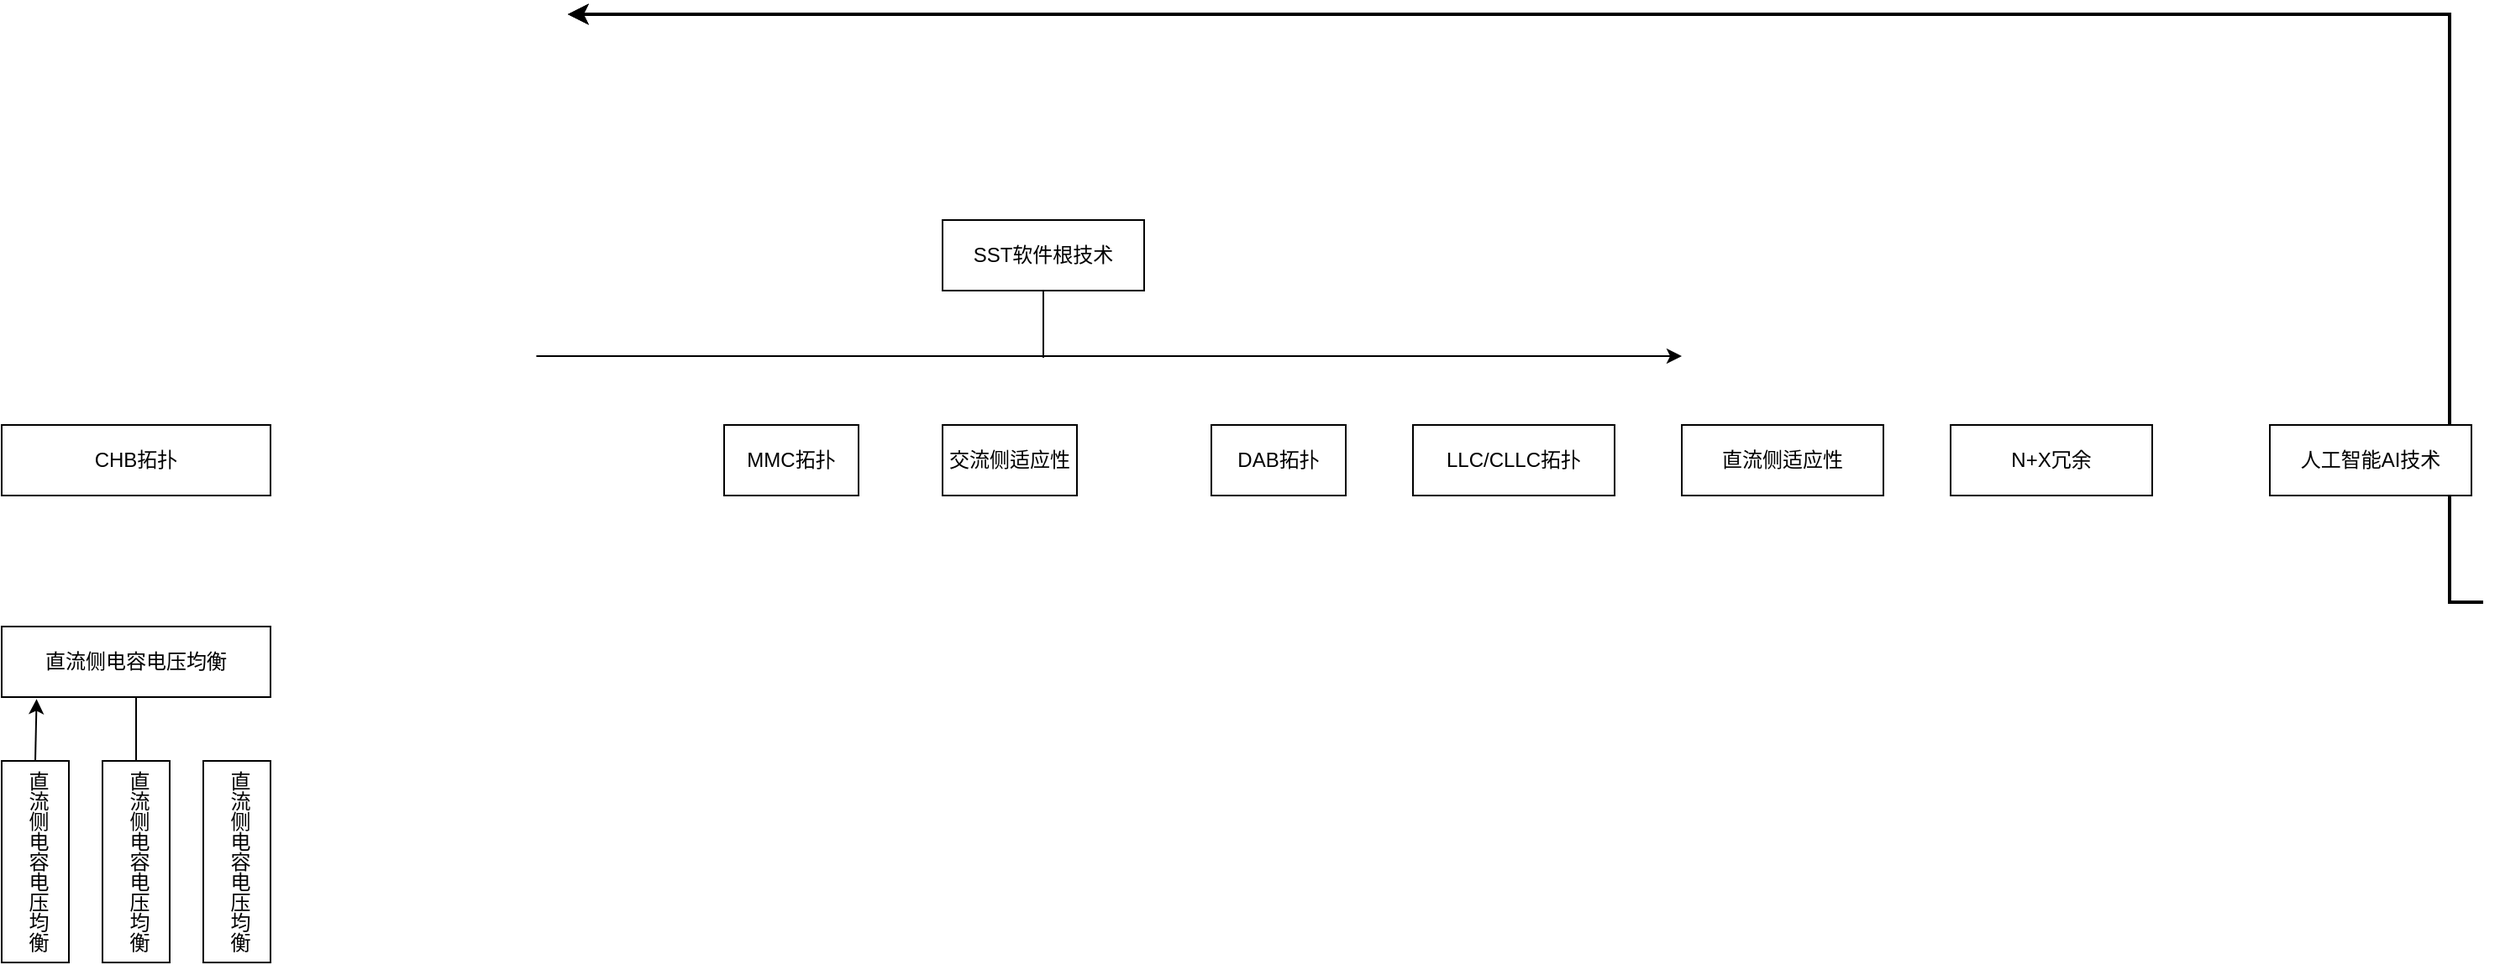
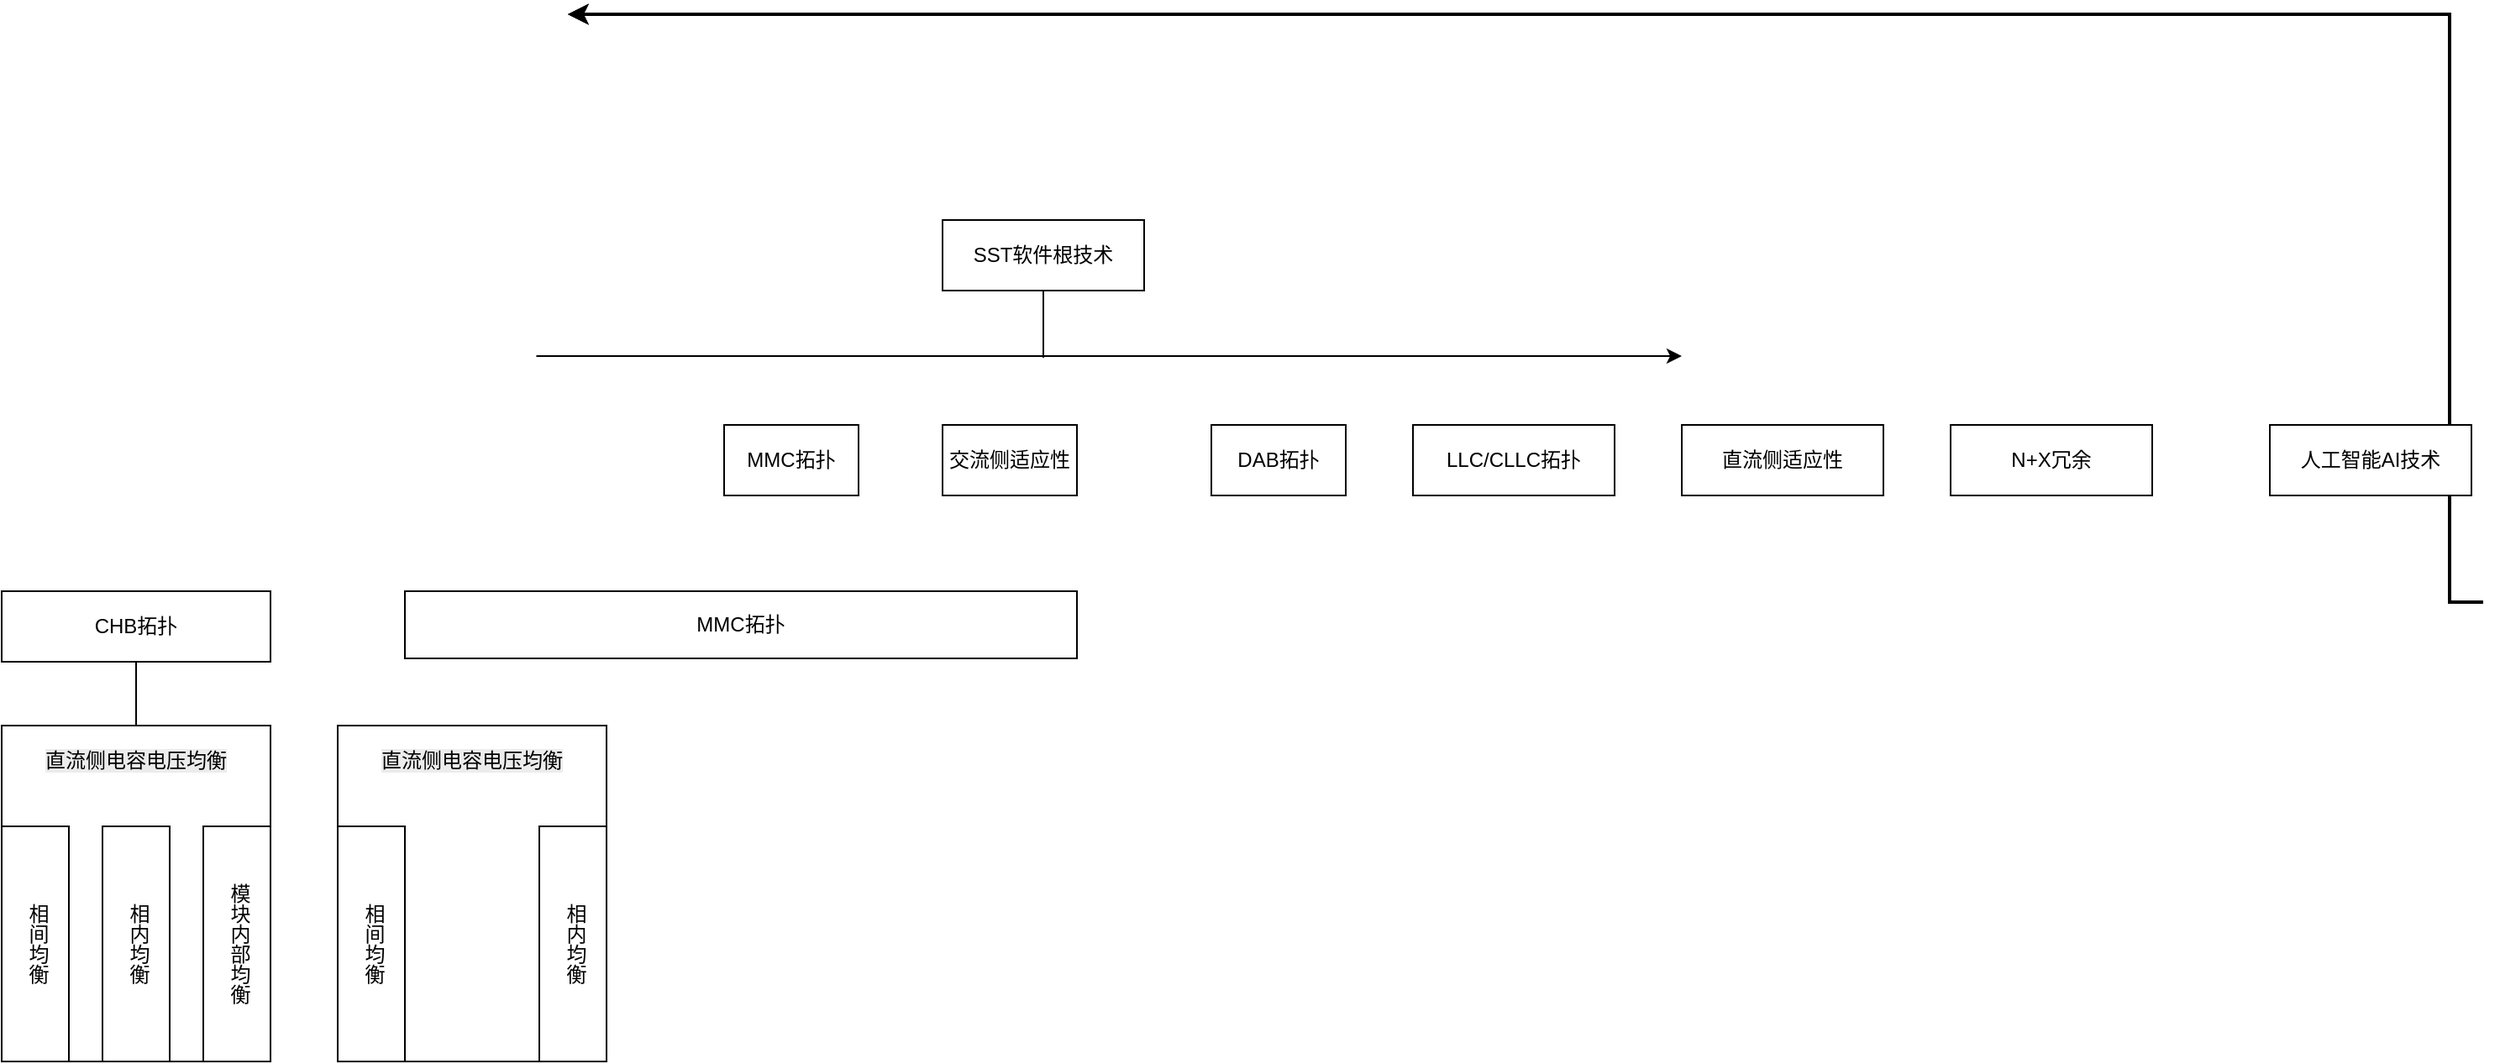
<mxfile host="app.diagrams.net">
  <diagram name="Page-1" id="yJXxDQ2Hg5-Q3f_0AOA0">
-     <mxGraphModel dx="995" dy="327" grid="1" gridSize="10" guides="1" tooltips="1" connect="1" arrows="1" fold="1" page="0" pageScale="1" pageWidth="827" pageHeight="1169" math="0" shadow="0">
+     <mxGraphModel dx="1311" dy="500" grid="1" gridSize="10" guides="1" tooltips="1" connect="1" arrows="1" fold="1" page="0" pageScale="1" pageWidth="827" pageHeight="1169" math="0" shadow="0">
      <root>
        <mxCell id="0" />
        <mxCell id="1" parent="0" />
-         <mxCell id="fCmdW6MMkwJ5almj5v2a-87" edge="1" parent="1" style="edgeStyle=elbowEdgeStyle;elbow=horizontal;strokeWidth=2;rounded=0" target="fCmdW6MMkwJ5almj5v2a-50" value="">
+         <mxCell id="fCmdW6MMkwJ5almj5v2a-87" edge="1" parent="1" style="edgeStyle=elbowEdgeStyle;elbow=horizontal;strokeWidth=2;rounded=0" value="">
          <mxGeometry height="100" width="100" x="-23" y="135.5" as="geometry">
            <Array as="points">
-               <mxPoint x="1217" y="565.5" />
+               <mxPoint x="1217" y="506.5" />
            </Array>
-             <mxPoint x="1237" y="505.5" as="sourcePoint" />
-             <mxPoint x="97" y="155.5" as="targetPoint" />
+             <mxPoint x="1237" y="446.5" as="sourcePoint" />
+             <mxPoint x="97" y="96.5" as="targetPoint" />
          </mxGeometry>
        </mxCell>
-         <mxCell id="fCmdW6MMkwJ5almj5v2a-88" edge="1" parent="1" style="edgeStyle=elbowEdgeStyle;elbow=horizontal;strokeWidth=2;rounded=0" target="fCmdW6MMkwJ5almj5v2a-51" value="">
+         <mxCell id="fCmdW6MMkwJ5almj5v2a-88" edge="1" parent="1" style="edgeStyle=elbowEdgeStyle;elbow=horizontal;strokeWidth=2;rounded=0" value="">
          <mxGeometry height="100" width="100" x="-23" y="135.5" as="geometry">
            <Array as="points">
-               <mxPoint x="1217" y="595.5" />
+               <mxPoint x="1217" y="536.5" />
            </Array>
-             <mxPoint x="1237" y="505.5" as="sourcePoint" />
-             <mxPoint x="97" y="155.5" as="targetPoint" />
+             <mxPoint x="1237" y="446.5" as="sourcePoint" />
+             <mxPoint x="97" y="96.5" as="targetPoint" />
          </mxGeometry>
        </mxCell>
-         <mxCell id="fCmdW6MMkwJ5almj5v2a-89" edge="1" parent="1" style="edgeStyle=elbowEdgeStyle;elbow=horizontal;strokeWidth=2;rounded=0" target="fCmdW6MMkwJ5almj5v2a-52" value="">
+         <mxCell id="fCmdW6MMkwJ5almj5v2a-89" edge="1" parent="1" style="edgeStyle=elbowEdgeStyle;elbow=horizontal;strokeWidth=2;rounded=0" value="">
          <mxGeometry height="100" width="100" x="-23" y="135.5" as="geometry">
            <Array as="points">
-               <mxPoint x="1217" y="645.5" />
+               <mxPoint x="1217" y="586.5" />
            </Array>
-             <mxPoint x="1237" y="505.5" as="sourcePoint" />
-             <mxPoint x="97" y="155.5" as="targetPoint" />
+             <mxPoint x="1237" y="446.5" as="sourcePoint" />
+             <mxPoint x="97" y="96.5" as="targetPoint" />
          </mxGeometry>
        </mxCell>
        <mxCell id="fCmdW6MMkwJ5almj5v2a-107" parent="1" style="rounded=0;whiteSpace=wrap;html=1;" value="SST软件根技术" vertex="1">
-           <mxGeometry height="42" width="120" x="320" y="278" as="geometry" />
+           <mxGeometry height="42" width="120" x="320" y="219" as="geometry" />
        </mxCell>
        <mxCell id="fCmdW6MMkwJ5almj5v2a-108" edge="1" parent="1" style="edgeStyle=none;orthogonalLoop=1;jettySize=auto;html=1;rounded=0;" value="">
          <mxGeometry relative="1" width="80" as="geometry">
            <Array as="points" />
-             <mxPoint x="78.22224934895833" y="359" as="sourcePoint" />
-             <mxPoint x="760" y="359" as="targetPoint" />
+             <mxPoint x="78.22224934895833" y="300" as="sourcePoint" />
+             <mxPoint x="760" y="300" as="targetPoint" />
          </mxGeometry>
        </mxCell>
        <mxCell id="fCmdW6MMkwJ5almj5v2a-109" edge="1" parent="1" style="edgeStyle=none;orthogonalLoop=1;jettySize=auto;html=1;rounded=0;endArrow=none;endFill=0;" value="">
          <mxGeometry relative="1" width="80" as="geometry">
            <Array as="points" />
-             <mxPoint x="380" y="320" as="sourcePoint" />
-             <mxPoint x="380" y="360" as="targetPoint" />
+             <mxPoint x="380" y="261" as="sourcePoint" />
+             <mxPoint x="380" y="301" as="targetPoint" />
          </mxGeometry>
        </mxCell>
-         <mxCell id="fCmdW6MMkwJ5almj5v2a-111" parent="1" style="rounded=0;whiteSpace=wrap;html=1;" value="CHB拓扑" vertex="1">
-           <mxGeometry height="42" width="160" x="-240" y="400" as="geometry" />
-         </mxCell>
        <mxCell id="fCmdW6MMkwJ5almj5v2a-112" parent="1" style="rounded=0;whiteSpace=wrap;html=1;" value="MMC拓扑" vertex="1">
-           <mxGeometry height="42" width="80" x="190" y="400" as="geometry" />
+           <mxGeometry height="42" width="80" x="190" y="341" as="geometry" />
        </mxCell>
        <mxCell id="fCmdW6MMkwJ5almj5v2a-113" parent="1" style="rounded=0;whiteSpace=wrap;html=1;" value="交流侧适应性" vertex="1">
-           <mxGeometry height="42" width="80" x="320" y="400" as="geometry" />
+           <mxGeometry height="42" width="80" x="320" y="341" as="geometry" />
        </mxCell>
        <mxCell id="fCmdW6MMkwJ5almj5v2a-114" parent="1" style="rounded=0;whiteSpace=wrap;html=1;" value="DAB拓扑" vertex="1">
-           <mxGeometry height="42" width="80" x="480" y="400" as="geometry" />
+           <mxGeometry height="42" width="80" x="480" y="341" as="geometry" />
        </mxCell>
        <mxCell id="fCmdW6MMkwJ5almj5v2a-115" parent="1" style="rounded=0;whiteSpace=wrap;html=1;" value="LLC/CLLC拓扑" vertex="1">
-           <mxGeometry height="42" width="120" x="600" y="400" as="geometry" />
+           <mxGeometry height="42" width="120" x="600" y="341" as="geometry" />
        </mxCell>
        <mxCell id="fCmdW6MMkwJ5almj5v2a-116" parent="1" style="rounded=0;whiteSpace=wrap;html=1;" value="直流侧适应性" vertex="1">
-           <mxGeometry height="42" width="120" x="760" y="400" as="geometry" />
+           <mxGeometry height="42" width="120" x="760" y="341" as="geometry" />
        </mxCell>
        <mxCell id="fCmdW6MMkwJ5almj5v2a-117" parent="1" style="rounded=0;whiteSpace=wrap;html=1;" value="N+X冗余" vertex="1">
-           <mxGeometry height="42" width="120" x="920" y="400" as="geometry" />
+           <mxGeometry height="42" width="120" x="920" y="341" as="geometry" />
        </mxCell>
        <mxCell id="fCmdW6MMkwJ5almj5v2a-118" parent="1" style="rounded=0;whiteSpace=wrap;html=1;" value="人工智能AI技术" vertex="1">
-           <mxGeometry height="42" width="120" x="1110" y="400" as="geometry" />
+           <mxGeometry height="42" width="120" x="1110" y="341" as="geometry" />
        </mxCell>
-         <mxCell id="fCmdW6MMkwJ5almj5v2a-119" parent="1" style="rounded=0;whiteSpace=wrap;html=1;direction=north;flipV=0;legacyAnchorPoints=0;flipH=0;textDirection=vertical-lr;" value="&lt;div&gt;直流侧电容电压均衡&lt;/div&gt;" vertex="1">
-           <mxGeometry height="120" width="40" x="-240" y="600" as="geometry" />
+         <mxCell id="ZQ6yFywC5gvEC6CdW5wy-38" parent="1" style="rounded=0;whiteSpace=wrap;html=1;" value="MMC拓扑" vertex="1">
+           <mxGeometry height="40" width="400" y="440" as="geometry" />
        </mxCell>
-         <mxCell id="fCmdW6MMkwJ5almj5v2a-124" edge="1" parent="1" source="fCmdW6MMkwJ5almj5v2a-120" style="edgeStyle=orthogonalEdgeStyle;rounded=0;orthogonalLoop=1;jettySize=auto;html=1;exitX=1;exitY=0.5;exitDx=0;exitDy=0;entryX=0.5;entryY=1;entryDx=0;entryDy=0;endArrow=none;endFill=0;" target="fCmdW6MMkwJ5almj5v2a-122">
-           <mxGeometry relative="1" as="geometry" />
+         <mxCell id="ZQ6yFywC5gvEC6CdW5wy-27" edge="1" parent="1" source="ZQ6yFywC5gvEC6CdW5wy-28" style="edgeStyle=orthogonalEdgeStyle;rounded=0;orthogonalLoop=1;jettySize=auto;html=1;exitX=0.5;exitY=1;exitDx=0;exitDy=0;entryX=0.5;entryY=0;entryDx=0;entryDy=0;endArrow=none;endFill=0;" target="ZQ6yFywC5gvEC6CdW5wy-33">
+           <mxGeometry relative="1" as="geometry">
+             <mxPoint x="-160.20689655172407" y="483" as="targetPoint" />
+           </mxGeometry>
        </mxCell>
-         <mxCell id="fCmdW6MMkwJ5almj5v2a-120" parent="1" style="rounded=0;whiteSpace=wrap;html=1;direction=north;flipV=0;legacyAnchorPoints=0;flipH=0;textDirection=vertical-lr;" value="&lt;div&gt;直流侧电容电压均衡&lt;/div&gt;" vertex="1">
-           <mxGeometry height="120" width="40" x="-180" y="600" as="geometry" />
+         <mxCell id="ZQ6yFywC5gvEC6CdW5wy-28" parent="1" style="rounded=0;whiteSpace=wrap;html=1;" value="CHB拓扑" vertex="1">
+           <mxGeometry height="42" width="160" x="-240" y="440" as="geometry" />
        </mxCell>
-         <mxCell id="fCmdW6MMkwJ5almj5v2a-121" parent="1" style="rounded=0;whiteSpace=wrap;html=1;direction=north;flipV=0;legacyAnchorPoints=0;flipH=0;textDirection=vertical-lr;" value="&lt;div&gt;直流侧电容电压均衡&lt;/div&gt;" vertex="1">
-           <mxGeometry height="120" width="40" x="-120" y="600" as="geometry" />
+         <mxCell id="ZQ6yFywC5gvEC6CdW5wy-90" connectable="0" parent="1" style="group" value="" vertex="1">
+           <mxGeometry height="200" width="160" x="-40" y="520" as="geometry" />
        </mxCell>
-         <mxCell id="fCmdW6MMkwJ5almj5v2a-122" parent="1" style="rounded=0;whiteSpace=wrap;html=1;" value="直流侧电容电压均衡" vertex="1">
-           <mxGeometry height="42" width="160" x="-240" y="520" as="geometry" />
+         <mxCell id="ZQ6yFywC5gvEC6CdW5wy-91" parent="ZQ6yFywC5gvEC6CdW5wy-90" style="rounded=0;whiteSpace=wrap;html=1;" value="" vertex="1">
+           <mxGeometry height="200" width="160" as="geometry" />
        </mxCell>
-         <mxCell id="fCmdW6MMkwJ5almj5v2a-123" edge="1" parent="1" source="fCmdW6MMkwJ5almj5v2a-119" style="edgeStyle=orthogonalEdgeStyle;rounded=0;orthogonalLoop=1;jettySize=auto;html=1;exitX=1;exitY=0.5;exitDx=0;exitDy=0;entryX=0.13;entryY=1.028;entryDx=0;entryDy=0;entryPerimeter=0;" target="fCmdW6MMkwJ5almj5v2a-122">
-           <mxGeometry relative="1" as="geometry" />
+         <mxCell id="ZQ6yFywC5gvEC6CdW5wy-92" parent="ZQ6yFywC5gvEC6CdW5wy-90" style="rounded=0;whiteSpace=wrap;html=1;direction=north;flipV=0;legacyAnchorPoints=0;flipH=0;textDirection=vertical-lr;" value="&lt;div&gt;相间均衡&lt;/div&gt;" vertex="1">
+           <mxGeometry height="140" width="40" y="60" as="geometry" />
+         </mxCell>
+         <mxCell id="ZQ6yFywC5gvEC6CdW5wy-94" parent="ZQ6yFywC5gvEC6CdW5wy-90" style="rounded=0;whiteSpace=wrap;html=1;direction=north;flipV=0;legacyAnchorPoints=0;flipH=0;textDirection=vertical-lr;" value="相内均衡" vertex="1">
+           <mxGeometry height="140" width="40" x="120" y="60" as="geometry" />
+         </mxCell>
+         <mxCell id="ZQ6yFywC5gvEC6CdW5wy-95" parent="ZQ6yFywC5gvEC6CdW5wy-90" style="text;html=1;whiteSpace=wrap;align=center;verticalAlign=middle;rounded=0;" value="&lt;span style=&quot;color: rgb(0, 0, 0); font-family: Helvetica; font-size: 12px; font-style: normal; font-variant-ligatures: normal; font-variant-caps: normal; font-weight: 400; letter-spacing: normal; orphans: 2; text-align: center; text-indent: 0px; text-transform: none; widows: 2; word-spacing: 0px; -webkit-text-stroke-width: 0px; white-space: normal; background-color: rgb(236, 236, 236); text-decoration-thickness: initial; text-decoration-style: initial; text-decoration-color: initial; float: none; display: inline !important;&quot;&gt;直流侧电容电压均衡&lt;/span&gt;" vertex="1">
+           <mxGeometry height="30" width="120" x="20" y="6" as="geometry" />
+         </mxCell>
+         <mxCell id="ZQ6yFywC5gvEC6CdW5wy-33" parent="1" style="rounded=0;whiteSpace=wrap;html=1;" value="" vertex="1">
+           <mxGeometry height="200" width="160" x="-240" y="520" as="geometry" />
+         </mxCell>
+         <mxCell id="ZQ6yFywC5gvEC6CdW5wy-29" parent="1" style="rounded=0;whiteSpace=wrap;html=1;direction=north;flipV=0;legacyAnchorPoints=0;flipH=0;textDirection=vertical-lr;" value="&lt;div&gt;相间均衡&lt;/div&gt;" vertex="1">
+           <mxGeometry height="140" width="40" x="-240" y="580" as="geometry" />
+         </mxCell>
+         <mxCell id="ZQ6yFywC5gvEC6CdW5wy-31" parent="1" style="rounded=0;whiteSpace=wrap;html=1;direction=north;flipV=0;legacyAnchorPoints=0;flipH=0;textDirection=vertical-lr;" value="&lt;div&gt;相内均衡&lt;/div&gt;" vertex="1">
+           <mxGeometry height="140" width="40" x="-180" y="580" as="geometry" />
+         </mxCell>
+         <mxCell id="ZQ6yFywC5gvEC6CdW5wy-32" parent="1" style="rounded=0;whiteSpace=wrap;html=1;direction=north;flipV=0;legacyAnchorPoints=0;flipH=0;textDirection=vertical-lr;" value="&lt;div&gt;模块内部均衡&lt;/div&gt;" vertex="1">
+           <mxGeometry height="140" width="40" x="-120" y="580" as="geometry" />
+         </mxCell>
+         <mxCell id="ZQ6yFywC5gvEC6CdW5wy-59" parent="1" style="text;html=1;whiteSpace=wrap;align=center;verticalAlign=middle;rounded=0;" value="&lt;span style=&quot;color: rgb(0, 0, 0); font-family: Helvetica; font-size: 12px; font-style: normal; font-variant-ligatures: normal; font-variant-caps: normal; font-weight: 400; letter-spacing: normal; orphans: 2; text-align: center; text-indent: 0px; text-transform: none; widows: 2; word-spacing: 0px; -webkit-text-stroke-width: 0px; white-space: normal; background-color: rgb(236, 236, 236); text-decoration-thickness: initial; text-decoration-style: initial; text-decoration-color: initial; float: none; display: inline !important;&quot;&gt;直流侧电容电压均衡&lt;/span&gt;" vertex="1">
+           <mxGeometry height="30" width="120" x="-220" y="526" as="geometry" />
        </mxCell>
      </root>
    </mxGraphModel>
  </diagram>
</mxfile>
